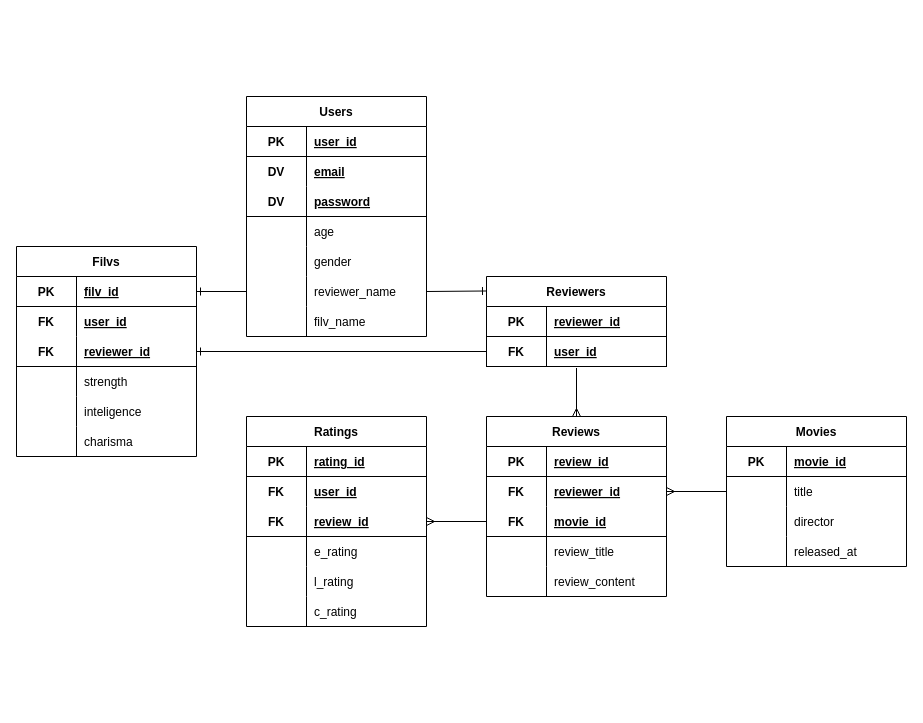
Earlier version of the draw.io diagram er.dio (prototypefilverse/protofilv). Source tidied: cells renumbered, new cells numbered last; positions are measured from the earlier drawing's top-left corner, leaving out a move shared by most shapes. Both pictures are drawn from the tidied source at 100%, with x=0, y=0 at pixel (16, 96).
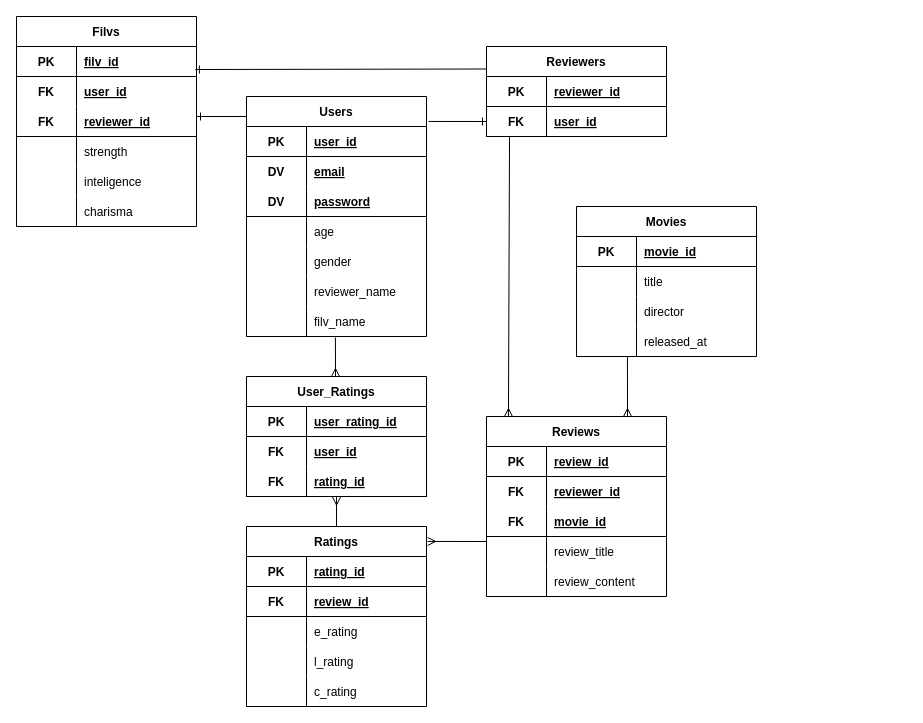
After the change.

The change refers to these unchanged cells:
```xml
<mxCell id="2" value="Users" style="shape=table;startSize=30;childLayout=tableLayout;rowLines=0;fontStyle=1;align=center;" parent="1" vertex="1">
  <mxGeometry x="230" width="180" height="240" as="geometry" />
</mxCell>
<mxCell id="18" style="shape=tableRow;horizontal=0;startSize=0;swimlaneHead=0;swimlaneBody=0;fillColor=none;points=[[0,0.5],[1,0.5]];portConstraint=eastwest;top=0;left=0;right=0;bottom=0;" parent="2" vertex="1">
  <mxGeometry y="180" width="180" height="30" as="geometry" />
</mxCell>
<mxCell id="21" style="shape=tableRow;horizontal=0;startSize=0;swimlaneHead=0;swimlaneBody=0;fillColor=none;points=[[0,0.5],[1,0.5]];portConstraint=eastwest;top=0;left=0;right=0;bottom=0;" parent="2" vertex="1">
  <mxGeometry y="210" width="180" height="30" as="geometry" />
</mxCell>
<mxCell id="28" style="shape=tableRow;horizontal=0;startSize=0;swimlaneHead=0;swimlaneBody=0;fillColor=none;points=[[0,0.5],[1,0.5]];portConstraint=eastwest;top=0;left=0;right=0;bottom=1;" parent="24" vertex="1">
  <mxGeometry y="60" width="180" height="30" as="geometry" />
</mxCell>
<mxCell id="32" style="shape=tableRow;horizontal=0;startSize=0;swimlaneHead=0;swimlaneBody=0;fillColor=none;points=[[0,0.5],[1,0.5]];portConstraint=eastwest;top=0;left=0;right=0;bottom=1;" parent="31" vertex="1">
  <mxGeometry y="30" width="180" height="30" as="geometry" />
</mxCell>
<mxCell id="38" style="shape=tableRow;horizontal=0;startSize=0;swimlaneHead=0;swimlaneBody=0;fillColor=none;points=[[0,0.5],[1,0.5]];portConstraint=eastwest;top=0;left=0;right=0;bottom=1;" parent="31" vertex="1">
  <mxGeometry y="90" width="180" height="30" as="geometry" />
</mxCell>
<mxCell id="51" value="Reviews" style="shape=table;startSize=30;childLayout=tableLayout;rowLines=0;fontStyle=1;align=center;" parent="1" vertex="1">
  <mxGeometry x="470" y="320" width="180" height="180" as="geometry" />
</mxCell>
<mxCell id="55" style="shape=tableRow;horizontal=0;startSize=0;swimlaneHead=0;swimlaneBody=0;fillColor=none;points=[[0,0.5],[1,0.5]];portConstraint=eastwest;top=0;left=0;right=0;bottom=0;" parent="51" vertex="1">
  <mxGeometry y="60" width="180" height="30" as="geometry" />
</mxCell>
<mxCell id="58" style="shape=tableRow;horizontal=0;startSize=0;swimlaneHead=0;swimlaneBody=0;fillColor=none;points=[[0,0.5],[1,0.5]];portConstraint=eastwest;top=0;left=0;right=0;bottom=1;" parent="51" vertex="1">
  <mxGeometry y="90" width="180" height="30" as="geometry" />
</mxCell>
<mxCell id="71" style="shape=tableRow;horizontal=0;startSize=0;swimlaneHead=0;swimlaneBody=0;fillColor=none;points=[[0,0.5],[1,0.5]];portConstraint=eastwest;top=0;left=0;right=0;bottom=0;" parent="67" vertex="1">
  <mxGeometry y="60" width="180" height="30" as="geometry" />
</mxCell>
<mxCell id="77" style="shape=tableRow;horizontal=0;startSize=0;swimlaneHead=0;swimlaneBody=0;fillColor=none;points=[[0,0.5],[1,0.5]];portConstraint=eastwest;top=0;left=0;right=0;bottom=0;" parent="67" vertex="1">
  <mxGeometry y="120" width="180" height="30" as="geometry" />
</mxCell>
```

What changed in the source:
```diff
@@
+    <mxCell id="104" style="edgeStyle=none;html=1;exitX=0;exitY=0.25;exitDx=0;exitDy=0;entryX=0.994;entryY=0.767;entryDx=0;entryDy=0;entryPerimeter=0;startArrow=none;startFill=0;endArrow=ERone;endFill=0;" parent="1" edge="1" source="24" target="32">
+      <mxGeometry relative="1" as="geometry" />
+    </mxCell>
     <mxCell id="24" value="Reviewers" style="shape=table;startSize=30;childLayout=tableLayout;rowLines=0;fontStyle=1;align=center;" parent="1" vertex="1">
-      <mxGeometry x="470" y="180" width="180" height="90" as="geometry" />
+      <mxGeometry x="470" y="-50" width="180" height="90" as="geometry" />
     </mxCell>
@@
     <mxCell id="31" value="Filvs" style="shape=table;startSize=30;childLayout=tableLayout;rowLines=0;fontStyle=1;align=center;" parent="1" vertex="1">
-      <mxGeometry y="150" width="180" height="210" as="geometry" />
+      <mxGeometry y="-80" width="180" height="210" as="geometry" />
     </mxCell>
@@
-    <mxCell id="50" style="edgeStyle=none;html=1;exitX=0.5;exitY=0;exitDx=0;exitDy=0;entryX=0.5;entryY=1.05;entryDx=0;entryDy=0;entryPerimeter=0;endArrow=none;endFill=0;startArrow=ERmany;startFill=0;" parent="1" edge="1" source="51" target="28">
+    <mxCell id="50" style="edgeStyle=none;html=1;exitX=0.122;exitY=0;exitDx=0;exitDy=0;entryX=0.128;entryY=0.983;entryDx=0;entryDy=0;entryPerimeter=0;endArrow=none;endFill=0;startArrow=ERmany;startFill=0;exitPerimeter=0;" parent="1" edge="1" source="51" target="28">
       <mxGeometry relative="1" as="geometry" />
     </mxCell>
@@
+    <mxCell id="105" style="edgeStyle=none;html=1;startArrow=none;startFill=0;endArrow=ERmany;endFill=0;exitX=0.283;exitY=1;exitDx=0;exitDy=0;exitPerimeter=0;" parent="1" edge="1" source="77">
+      <mxGeometry relative="1" as="geometry">
+        <mxPoint x="611" y="320" as="targetPoint" />
+      </mxGeometry>
+    </mxCell>
     <mxCell id="67" value="Movies" style="shape=table;startSize=30;childLayout=tableLayout;rowLines=0;fontStyle=1;align=center;" parent="1" vertex="1">
-      <mxGeometry x="710" y="320" width="180" height="150" as="geometry" />
+      <mxGeometry x="560" y="110" width="180" height="150" as="geometry" />
     </mxCell>
@@
-    <mxCell id="80" style="edgeStyle=none;html=1;exitX=0;exitY=0.5;exitDx=0;exitDy=0;entryX=1;entryY=0.5;entryDx=0;entryDy=0;endArrow=ERmany;endFill=0;startArrow=none;startFill=0;" parent="1" edge="1" source="71" target="55">
-      <mxGeometry relative="1" as="geometry" />
-    </mxCell>
-    <mxCell id="81" style="edgeStyle=none;html=1;exitX=0;exitY=0.5;exitDx=0;exitDy=0;entryX=1;entryY=0.5;entryDx=0;entryDy=0;startArrow=none;startFill=0;endArrow=ERone;endFill=0;" parent="1" edge="1" source="18" target="32">
-      <mxGeometry relative="1" as="geometry" />
+    <mxCell id="81" style="edgeStyle=none;html=1;startArrow=none;startFill=0;endArrow=ERone;endFill=0;" parent="1" edge="1">
+      <mxGeometry relative="1" as="geometry">
+        <mxPoint x="230" y="20" as="sourcePoint" />
+        <mxPoint x="180" y="20" as="targetPoint" />
+      </mxGeometry>
     </mxCell>
-    <mxCell id="82" style="edgeStyle=none;html=1;exitX=1;exitY=0.5;exitDx=0;exitDy=0;entryX=0;entryY=0.161;entryDx=0;entryDy=0;startArrow=none;startFill=0;endArrow=ERone;endFill=0;entryPerimeter=0;" parent="1" edge="1" source="18" target="24">
-      <mxGeometry relative="1" as="geometry" />
-    </mxCell>
-    <mxCell id="83" style="edgeStyle=none;html=1;exitX=1;exitY=0.5;exitDx=0;exitDy=0;startArrow=ERone;startFill=0;endArrow=none;endFill=0;" parent="1" edge="1" source="38" target="28">
-      <mxGeometry relative="1" as="geometry" />
-    </mxCell>
+    <mxCell id="106" style="edgeStyle=none;html=1;exitX=0.5;exitY=0;exitDx=0;exitDy=0;entryX=0.5;entryY=1.017;entryDx=0;entryDy=0;entryPerimeter=0;startArrow=none;startFill=0;endArrow=ERmany;endFill=0;" parent="1" edge="1" source="84" target="113">
+      <mxGeometry relative="1" as="geometry" />
+    </mxCell>
     <mxCell id="84" value="Ratings" style="shape=table;startSize=30;childLayout=tableLayout;rowLines=0;fontStyle=1;align=center;" parent="1" vertex="1">
-      <mxGeometry x="230" y="320" width="180" height="210" as="geometry" />
+      <mxGeometry x="230" y="430" width="180" height="180" as="geometry" />
     </mxCell>
@@
-    <mxCell id="88" style="shape=tableRow;horizontal=0;startSize=0;swimlaneHead=0;swimlaneBody=0;fillColor=none;top=0;left=0;right=0;bottom=0;" parent="84" vertex="1">
-      <mxGeometry y="60" width="180" height="30" as="geometry" />
-    </mxCell>
-    <mxCell id="89" value="FK" style="shape=partialRectangle;fillColor=none;top=0;left=0;bottom=0;right=0;fontStyle=1;overflow=hidden;" parent="88" vertex="1">
-      <mxGeometry width="60" height="30" as="geometry" />
-    </mxCell>
-    <mxCell id="90" value="user_id" style="shape=partialRectangle;fillColor=none;top=0;left=0;bottom=0;right=0;align=left;spacingLeft=6;fontStyle=5;overflow=hidden;" parent="88" vertex="1">
-      <mxGeometry x="60" width="120" height="30" as="geometry" />
-    </mxCell>
     <mxCell id="91" style="shape=tableRow;horizontal=0;startSize=0;swimlaneHead=0;swimlaneBody=0;fillColor=none;points=[[0,0.5],[1,0.5]];portConstraint=eastwest;top=0;left=0;right=0;bottom=1;" parent="84" vertex="1">
-      <mxGeometry y="90" width="180" height="30" as="geometry" />
+      <mxGeometry y="60" width="180" height="30" as="geometry" />
     </mxCell>
@@
     <mxCell id="94" style="shape=tableRow;horizontal=0;startSize=0;swimlaneHead=0;swimlaneBody=0;fillColor=none;top=0;left=0;right=0;bottom=0;" parent="84" vertex="1">
-      <mxGeometry y="120" width="180" height="30" as="geometry" />
+      <mxGeometry y="90" width="180" height="30" as="geometry" />
     </mxCell>
@@
     <mxCell id="97" style="shape=tableRow;horizontal=0;startSize=0;swimlaneHead=0;swimlaneBody=0;fillColor=none;top=0;left=0;right=0;bottom=0;" parent="84" vertex="1">
-      <mxGeometry y="150" width="180" height="30" as="geometry" />
+      <mxGeometry y="120" width="180" height="30" as="geometry" />
     </mxCell>
@@
     <mxCell id="100" style="shape=tableRow;horizontal=0;startSize=0;swimlaneHead=0;swimlaneBody=0;fillColor=none;top=0;left=0;right=0;bottom=0;" parent="84" vertex="1">
-      <mxGeometry y="180" width="180" height="30" as="geometry" />
+      <mxGeometry y="150" width="180" height="30" as="geometry" />
     </mxCell>
@@
-    <mxCell id="103" style="edgeStyle=none;html=1;exitX=1;exitY=0.5;exitDx=0;exitDy=0;entryX=0;entryY=0.5;entryDx=0;entryDy=0;endArrow=none;endFill=0;startArrow=ERmany;startFill=0;" parent="1" edge="1" source="91" target="58">
-      <mxGeometry relative="1" as="geometry" />
+    <mxCell id="103" style="edgeStyle=none;html=1;exitX=1.006;exitY=0.083;exitDx=0;exitDy=0;endArrow=none;endFill=0;startArrow=ERmany;startFill=0;exitPerimeter=0;" parent="1" edge="1" source="84">
+      <mxGeometry relative="1" as="geometry">
+        <mxPoint x="470" y="445" as="targetPoint" />
+      </mxGeometry>
     </mxCell>
+    <mxCell id="107" style="edgeStyle=none;html=1;exitX=0;exitY=0.5;exitDx=0;exitDy=0;entryX=1.011;entryY=0.104;entryDx=0;entryDy=0;entryPerimeter=0;startArrow=ERone;startFill=0;endArrow=none;endFill=0;" parent="1" edge="1" source="28" target="2">
+      <mxGeometry relative="1" as="geometry" />
+    </mxCell>
+    <mxCell id="108" value="User_Ratings" style="shape=table;startSize=30;childLayout=tableLayout;rowLines=0;fontStyle=1;align=center;" parent="1" vertex="1">
+      <mxGeometry x="230" y="280" width="180" height="120" as="geometry" />
+    </mxCell>
+    <mxCell id="109" style="shape=tableRow;horizontal=0;startSize=0;swimlaneHead=0;swimlaneBody=0;fillColor=none;top=0;left=0;right=0;bottom=1;" parent="108" vertex="1">
+      <mxGeometry y="30" width="180" height="30" as="geometry" />
+    </mxCell>
+    <mxCell id="110" value="PK" style="shape=partialRectangle;fillColor=none;top=0;left=0;bottom=0;right=0;fontStyle=1;overflow=hidden;" parent="109" vertex="1">
+      <mxGeometry width="60" height="30" as="geometry" />
+    </mxCell>
+    <mxCell id="111" value="user_rating_id" style="shape=partialRectangle;fillColor=none;top=0;left=0;bottom=0;right=0;align=left;spacingLeft=6;fontStyle=5;overflow=hidden;" parent="109" vertex="1">
+      <mxGeometry x="60" width="120" height="30" as="geometry" />
+    </mxCell>
+    <mxCell id="88" style="shape=tableRow;horizontal=0;startSize=0;swimlaneHead=0;swimlaneBody=0;fillColor=none;top=0;left=0;right=0;bottom=0;" parent="108" vertex="1">
+      <mxGeometry y="60" width="180" height="30" as="geometry" />
+    </mxCell>
+    <mxCell id="112" value="FK" style="shape=partialRectangle;fillColor=none;top=0;left=0;bottom=0;right=0;fontStyle=1;overflow=hidden;" parent="88" vertex="1">
+      <mxGeometry width="60" height="30" as="geometry" />
+    </mxCell>
+    <mxCell id="90" value="user_id" style="shape=partialRectangle;fillColor=none;top=0;left=0;bottom=0;right=0;align=left;spacingLeft=6;fontStyle=5;overflow=hidden;" parent="88" vertex="1">
+      <mxGeometry x="60" width="120" height="30" as="geometry" />
+    </mxCell>
+    <mxCell id="113" style="shape=tableRow;horizontal=0;startSize=0;swimlaneHead=0;swimlaneBody=0;fillColor=none;points=[[0,0.5],[1,0.5]];portConstraint=eastwest;top=0;left=0;right=0;bottom=1;" parent="108" vertex="1">
+      <mxGeometry y="90" width="180" height="30" as="geometry" />
+    </mxCell>
+    <mxCell id="114" value="FK" style="shape=partialRectangle;fillColor=none;top=0;left=0;bottom=0;right=0;fontStyle=1;overflow=hidden;" parent="113" vertex="1">
+      <mxGeometry width="60" height="30" as="geometry" />
+    </mxCell>
+    <mxCell id="115" value="rating_id" style="shape=partialRectangle;fillColor=none;top=0;left=0;bottom=0;right=0;align=left;spacingLeft=6;fontStyle=5;overflow=hidden;" parent="113" vertex="1">
+      <mxGeometry x="60" width="120" height="30" as="geometry" />
+    </mxCell>
+    <mxCell id="116" style="edgeStyle=none;html=1;startArrow=ERmany;startFill=0;endArrow=none;endFill=0;entryX=0.494;entryY=1.033;entryDx=0;entryDy=0;entryPerimeter=0;" parent="1" edge="1" target="21">
+      <mxGeometry relative="1" as="geometry">
+        <mxPoint x="319" y="280" as="sourcePoint" />
+      </mxGeometry>
+    </mxCell>
```
